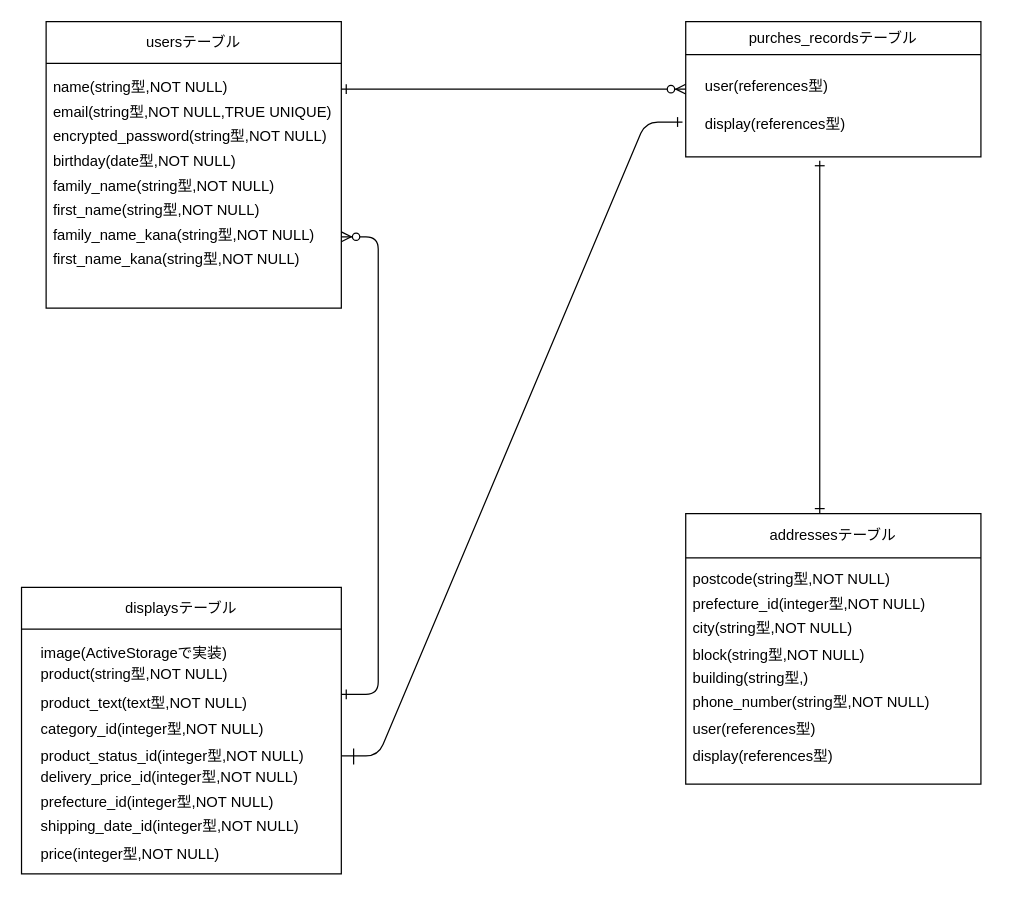
The draw.io diagram test.dio in makaroni0416/furima-32834, before the edit. Source tidied: cells renumbered, new cells numbered last; positions are measured from the earlier drawing's top-left corner, leaving out a move shared by most shapes. Both pictures are drawn from the tidied source at 123%, with x=0, y=0 at pixel (21, 21).
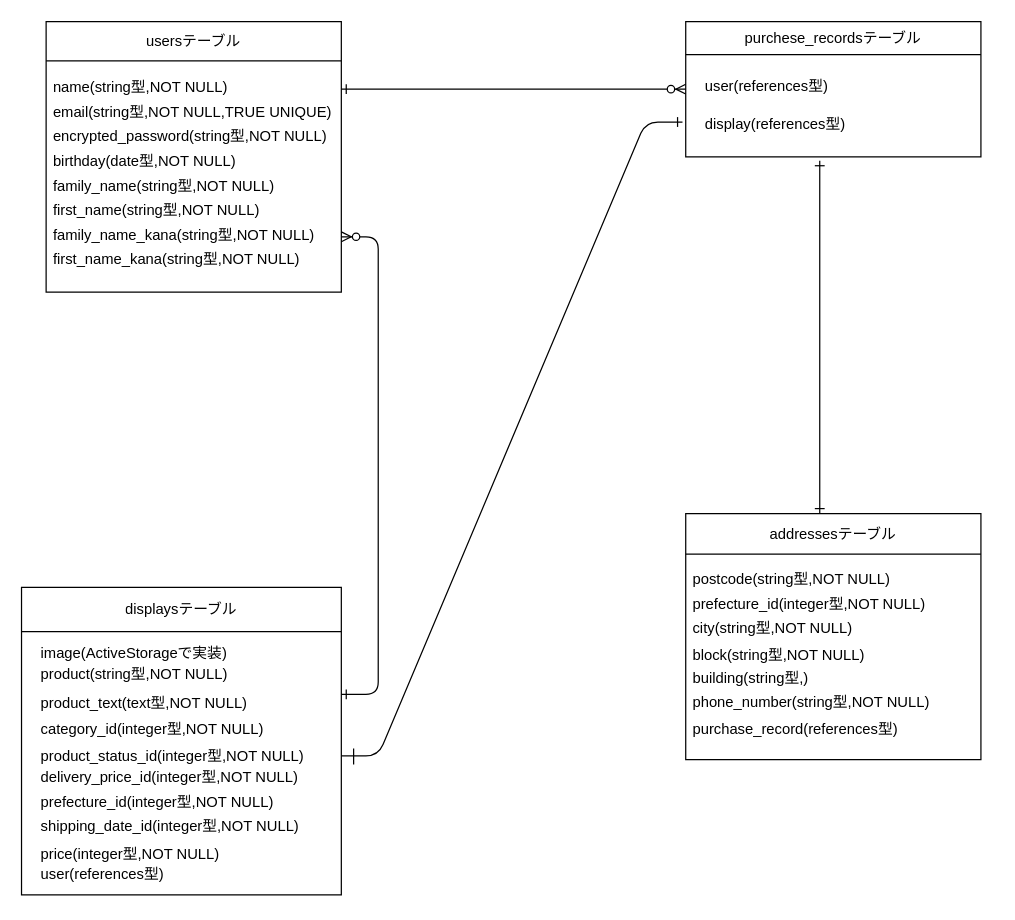
The same diagram, later.

The change refers to these unchanged cells:
```xml
<mxCell id="16" style="shape=partialRectangle;html=1;whiteSpace=wrap;fillColor=none;top=0;left=0;bottom=0;right=0;" parent="15" vertex="1">
  <mxGeometry width="240" height="27" as="geometry" />
</mxCell>
```

Diff of the diagram source:
```diff
@@
     <mxCell id="2" style="shape=table;html=1;whiteSpace=wrap;startSize=0;childLayout=tableLayout;" parent="1" vertex="1">
-      <mxGeometry x="20" width="240" height="233" as="geometry" />
+      <mxGeometry x="20" width="240" height="220" as="geometry" />
     </mxCell>
     <mxCell id="3" style="shape=partialRectangle;html=1;whiteSpace=wrap;fillColor=none;top=0;left=0;bottom=0;right=0;" parent="2" vertex="1">
-      <mxGeometry width="240" height="34" as="geometry" />
+      <mxGeometry width="240" height="32" as="geometry" />
     </mxCell>
     <mxCell id="4" value="usersテーブル" style="shape=partialRectangle;html=1;whiteSpace=wrap;overflow=hidden;fillColor=none;top=0;left=0;bottom=0;right=0;" parent="3" vertex="1">
-      <mxGeometry width="240" height="34" as="geometry" />
+      <mxGeometry width="240" height="32" as="geometry" />
     </mxCell>
     <mxCell id="5" style="shape=partialRectangle;html=1;whiteSpace=wrap;fillColor=none;top=0;left=0;bottom=0;right=0;" parent="2" vertex="1">
-      <mxGeometry y="34" width="240" height="199" as="geometry" />
+      <mxGeometry y="32" width="240" height="188" as="geometry" />
     </mxCell>
     <mxCell id="6" style="shape=partialRectangle;html=1;whiteSpace=wrap;overflow=hidden;fillColor=none;top=0;left=0;bottom=0;right=0;" parent="5" vertex="1">
-      <mxGeometry width="240" height="199" as="geometry" />
+      <mxGeometry width="240" height="188" as="geometry" />
     </mxCell>
@@
-    <mxCell id="17" value="purches_recordsテーブル" style="shape=partialRectangle;html=1;whiteSpace=wrap;overflow=hidden;fillColor=none;top=0;left=0;bottom=0;right=0;" parent="16" vertex="1">
+    <mxCell id="17" value="purchese_recordsテーブル" style="shape=partialRectangle;html=1;whiteSpace=wrap;overflow=hidden;fillColor=none;top=0;left=0;bottom=0;right=0;" parent="16" vertex="1">
       <mxGeometry width="240" height="27" as="geometry" />
     </mxCell>
@@
     <mxCell id="22" style="shape=table;html=1;whiteSpace=wrap;startSize=0;childLayout=tableLayout;" parent="1" vertex="1">
-      <mxGeometry y="460" width="260" height="233" as="geometry" />
+      <mxGeometry y="460" width="260" height="250" as="geometry" />
     </mxCell>
     <mxCell id="23" style="shape=partialRectangle;html=1;whiteSpace=wrap;fillColor=none;top=0;left=0;bottom=0;right=0;" parent="22" vertex="1">
-      <mxGeometry width="260" height="34" as="geometry" />
+      <mxGeometry width="260" height="36" as="geometry" />
     </mxCell>
     <mxCell id="24" value="displaysテーブル" style="shape=partialRectangle;html=1;whiteSpace=wrap;overflow=hidden;fillColor=none;top=0;left=0;bottom=0;right=0;" parent="23" vertex="1">
-      <mxGeometry width="260" height="34" as="geometry" />
+      <mxGeometry width="260" height="36" as="geometry" />
     </mxCell>
     <mxCell id="25" style="shape=partialRectangle;html=1;whiteSpace=wrap;fillColor=none;top=0;left=0;bottom=0;right=0;" parent="22" vertex="1">
-      <mxGeometry y="34" width="260" height="199" as="geometry" />
+      <mxGeometry y="36" width="260" height="214" as="geometry" />
     </mxCell>
     <mxCell id="26" style="shape=partialRectangle;html=1;whiteSpace=wrap;overflow=hidden;fillColor=none;top=0;left=0;bottom=0;right=0;" parent="25" vertex="1">
-      <mxGeometry width="260" height="199" as="geometry" />
+      <mxGeometry width="260" height="214" as="geometry" />
     </mxCell>
@@
     <mxCell id="35" style="shape=table;html=1;whiteSpace=wrap;startSize=0;childLayout=tableLayout;" parent="1" vertex="1">
-      <mxGeometry x="540" y="400" width="240" height="220" as="geometry" />
+      <mxGeometry x="540" y="400" width="240" height="200" as="geometry" />
     </mxCell>
     <mxCell id="36" style="shape=partialRectangle;html=1;whiteSpace=wrap;fillColor=none;top=0;left=0;bottom=0;right=0;points=[[0,0.5],[1,0.5]];portConstraint=eastwest;" parent="35" vertex="1">
-      <mxGeometry width="240" height="36" as="geometry" />
+      <mxGeometry width="240" height="33" as="geometry" />
     </mxCell>
     <mxCell id="37" value="addressesテーブル" style="shape=partialRectangle;html=1;whiteSpace=wrap;overflow=hidden;fillColor=none;top=0;left=0;bottom=0;right=0;" parent="36" vertex="1">
-      <mxGeometry width="240" height="36" as="geometry" />
+      <mxGeometry width="240" height="33" as="geometry" />
     </mxCell>
     <mxCell id="38" style="shape=partialRectangle;html=1;whiteSpace=wrap;fillColor=none;top=0;left=0;bottom=0;right=0;" parent="35" vertex="1">
-      <mxGeometry y="36" width="240" height="184" as="geometry" />
+      <mxGeometry y="33" width="240" height="167" as="geometry" />
     </mxCell>
     <mxCell id="39" style="shape=partialRectangle;html=1;whiteSpace=wrap;overflow=hidden;fillColor=none;top=0;left=0;bottom=0;right=0;" parent="38" vertex="1">
-      <mxGeometry width="240" height="184" as="geometry" />
+      <mxGeometry width="240" height="167" as="geometry" />
     </mxCell>
@@
-    <mxCell id="52" value="user(references型)" style="text;strokeColor=none;fillColor=none;spacingLeft=4;spacingRight=4;overflow=hidden;fontSize=12;" parent="1" vertex="1">
+    <mxCell id="52" value="purchase_record(references型)" style="text;strokeColor=none;fillColor=none;spacingLeft=4;spacingRight=4;overflow=hidden;fontSize=12;" parent="1" vertex="1">
       <mxGeometry x="540" y="561.5" width="240" height="30" as="geometry" />
     </mxCell>
-    <mxCell id="53" value="display(references型)" style="text;strokeColor=none;fillColor=none;spacingLeft=4;spacingRight=4;overflow=hidden;fontSize=12;" parent="1" vertex="1">
-      <mxGeometry x="540" y="584" width="240" height="30" as="geometry" />
-    </mxCell>
+    <mxCell id="54" value="user(references型)" style="text;strokeColor=none;fillColor=none;spacingLeft=4;spacingRight=4;overflow=hidden;fontSize=12;" parent="1" vertex="1">
+      <mxGeometry x="10" y="680" width="240" height="30" as="geometry" />
+    </mxCell>
```
